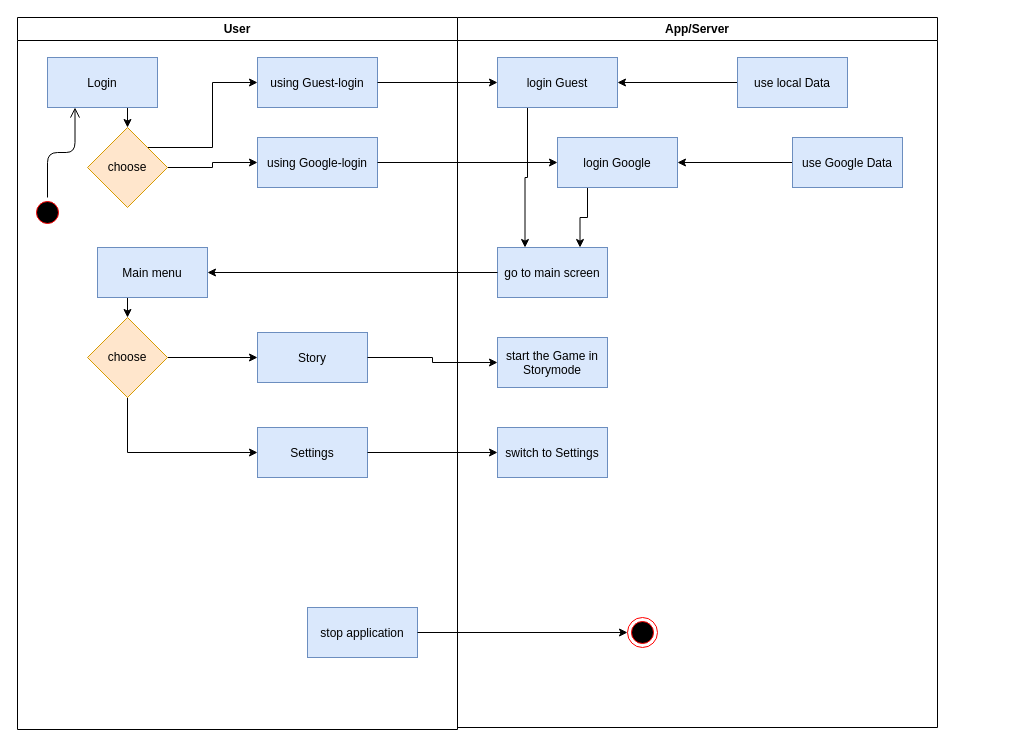
GabrielBalzer/hypercasualgame keeps this draw.io diagram as documentation/Activity_dia_mainmenu.drawio. Above is the earlier version. Source tidied: cells renumbered, new cells numbered last; positions are measured from the earlier drawing's top-left corner, leaving out a move shared by most shapes. Both pictures are drawn from the tidied source at 100%, with x=0, y=0 at pixel (17, 17).
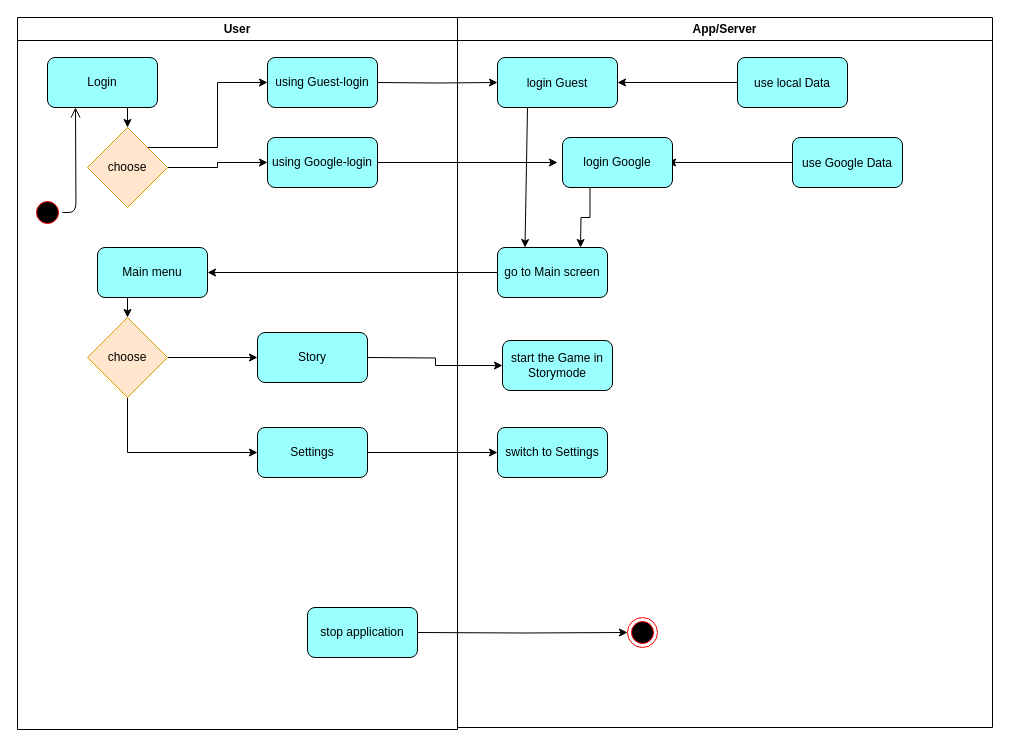
After the change.

Unchanged cells that the change refers to:
```xml
<mxCell id="2" value="User" style="swimlane;whiteSpace=wrap;startSize=23;" parent="1" vertex="1">
  <mxGeometry width="440" height="712" as="geometry" />
</mxCell>
<mxCell id="9" value="choose" style="rhombus;whiteSpace=wrap;html=1;fillColor=#ffe6cc;strokeColor=#d79b00;" parent="2" vertex="1">
  <mxGeometry x="70" y="300" width="80" height="80" as="geometry" />
</mxCell>
<mxCell id="14" value="choose" style="rhombus;whiteSpace=wrap;html=1;fillColor=#ffe6cc;strokeColor=#d79b00;" parent="2" vertex="1">
  <mxGeometry x="70" y="110" width="80" height="80" as="geometry" />
</mxCell>
<mxCell id="17" style="ellipse;html=1;shape=startState;fillColor=#000000;strokeColor=#ff0000;" parent="2" vertex="1">
  <mxGeometry x="15" y="180" width="30" height="30" as="geometry" />
</mxCell>
```

Diff of the diagram source:
```diff
@@
-    <mxCell id="3" style="edgeStyle=orthogonalEdgeStyle;rounded=0;jettySize=auto;html=1;exitX=0.75;exitY=1;exitDx=0;exitDy=0;entryX=0.5;entryY=0;entryDx=0;entryDy=0;" parent="2" edge="1" source="4" target="14">
-      <mxGeometry relative="1" as="geometry" />
+    <mxCell id="3" style="edgeStyle=orthogonalEdgeStyle;rounded=0;jettySize=auto;html=1;exitX=0.75;exitY=1;exitDx=0;exitDy=0;entryX=0.5;entryY=0;entryDx=0;entryDy=0;" parent="2" edge="1" target="14">
+      <mxGeometry relative="1" as="geometry">
+        <mxPoint x="113" y="90" as="sourcePoint" />
+      </mxGeometry>
     </mxCell>
-    <mxCell id="4" value="Login" style="fillColor=#dae8fc;strokeColor=#6c8ebf;" parent="2" vertex="1">
-      <mxGeometry x="30" y="40" width="110" height="50" as="geometry" />
-    </mxCell>
-    <mxCell id="5" value="Settings" style="fillColor=#dae8fc;strokeColor=#6c8ebf;" parent="2" vertex="1">
-      <mxGeometry x="240" y="410" width="110" height="50" as="geometry" />
-    </mxCell>
-    <mxCell id="6" value="Story" style="fillColor=#dae8fc;strokeColor=#6c8ebf;" parent="2" vertex="1">
-      <mxGeometry x="240" y="315" width="110" height="50" as="geometry" />
-    </mxCell>
@@
-    <mxCell id="10" style="edgeStyle=orthogonalEdgeStyle;rounded=0;jettySize=auto;html=1;exitX=0.25;exitY=1;exitDx=0;exitDy=0;entryX=0.5;entryY=0;entryDx=0;entryDy=0;" parent="2" edge="1" source="11" target="9">
-      <mxGeometry relative="1" as="geometry" />
+    <mxCell id="10" style="edgeStyle=orthogonalEdgeStyle;rounded=0;jettySize=auto;html=1;exitX=0.25;exitY=1;exitDx=0;exitDy=0;entryX=0.5;entryY=0;entryDx=0;entryDy=0;" parent="2" edge="1" target="9">
+      <mxGeometry relative="1" as="geometry">
+        <mxPoint x="108" y="280" as="sourcePoint" />
+      </mxGeometry>
     </mxCell>
-    <mxCell id="11" value="Main menu" style="fillColor=#dae8fc;strokeColor=#6c8ebf;" parent="2" vertex="1">
-      <mxGeometry x="80" y="230" width="110" height="50" as="geometry" />
-    </mxCell>
@@
-    <mxCell id="15" value="using Guest-login" style="fillColor=#dae8fc;strokeColor=#6c8ebf;" parent="2" vertex="1">
-      <mxGeometry x="240" y="40" width="120" height="50" as="geometry" />
-    </mxCell>
-    <mxCell id="16" value="using Google-login" style="fillColor=#dae8fc;strokeColor=#6c8ebf;" parent="2" vertex="1">
-      <mxGeometry x="240" y="120" width="120" height="50" as="geometry" />
-    </mxCell>
@@
-    <mxCell id="18" style="edgeStyle=orthogonalEdgeStyle;html=1;verticalAlign=bottom;endArrow=open;endSize=8;strokeColor=#000000;entryX=0.25;entryY=1;entryDx=0;entryDy=0;" parent="2" edge="1" source="17" target="4">
-      <mxGeometry relative="1" as="geometry" />
+    <mxCell id="18" style="edgeStyle=orthogonalEdgeStyle;html=1;verticalAlign=bottom;endArrow=open;endSize=8;strokeColor=#000000;entryX=0.25;entryY=1;entryDx=0;entryDy=0;" parent="2" edge="1" source="17">
+      <mxGeometry relative="1" as="geometry">
+        <mxPoint x="58" y="90" as="targetPoint" />
+      </mxGeometry>
     </mxCell>
+    <mxCell id="4" value="Login" style="rounded=1;whiteSpace=wrap;html=1;fillColor=#99FFFF;" parent="2" vertex="1">
+      <mxGeometry x="30" y="40" width="110" height="50" as="geometry" />
+    </mxCell>
+    <mxCell id="16" value="using Google-login" style="rounded=1;whiteSpace=wrap;html=1;fillColor=#99FFFF;" parent="2" vertex="1">
+      <mxGeometry x="250" y="120" width="110" height="50" as="geometry" />
+    </mxCell>
+    <mxCell id="6" value="&lt;div&gt;Story&lt;/div&gt;" style="rounded=1;whiteSpace=wrap;html=1;fillColor=#99FFFF;" parent="2" vertex="1">
+      <mxGeometry x="240" y="315" width="110" height="50" as="geometry" />
+    </mxCell>
+    <mxCell id="5" value="Settings" style="rounded=1;whiteSpace=wrap;html=1;fillColor=#99FFFF;" parent="2" vertex="1">
+      <mxGeometry x="240" y="410" width="110" height="50" as="geometry" />
+    </mxCell>
+    <mxCell id="15" value="using Guest-login" style="rounded=1;whiteSpace=wrap;html=1;fillColor=#99FFFF;" parent="2" vertex="1">
+      <mxGeometry x="250" y="40" width="110" height="50" as="geometry" />
+    </mxCell>
-    <mxCell id="19" value="stop application" style="fillColor=#dae8fc;strokeColor=#6c8ebf;" parent="2" vertex="1">
+    <mxCell id="19" value="stop application" style="rounded=1;whiteSpace=wrap;html=1;fillColor=#99FFFF;" parent="2" vertex="1">
       <mxGeometry x="290" y="590" width="110" height="50" as="geometry" />
     </mxCell>
+    <mxCell id="11" value="Main menu" style="rounded=1;whiteSpace=wrap;html=1;fillColor=#99FFFF;" parent="2" vertex="1">
+      <mxGeometry x="80" y="230" width="110" height="50" as="geometry" />
+    </mxCell>
     <mxCell id="20" value="App/Server" style="swimlane;whiteSpace=wrap;" parent="1" vertex="1">
-      <mxGeometry x="440" width="480" height="710" as="geometry" />
+      <mxGeometry x="440" width="535" height="710" as="geometry" />
     </mxCell>
-    <mxCell id="21" value="go to main screen" style="fillColor=#dae8fc;strokeColor=#6c8ebf;" parent="20" vertex="1">
-      <mxGeometry x="40" y="230" width="110" height="50" as="geometry" />
-    </mxCell>
-    <mxCell id="22" value="start the Game in &#10;Storymode" style="fillColor=#dae8fc;strokeColor=#6c8ebf;" parent="20" vertex="1">
-      <mxGeometry x="40" y="320" width="110" height="50" as="geometry" />
-    </mxCell>
-    <mxCell id="23" style="edgeStyle=orthogonalEdgeStyle;rounded=0;jettySize=auto;html=1;exitX=0.25;exitY=1;exitDx=0;exitDy=0;entryX=0.25;entryY=0;entryDx=0;entryDy=0;" parent="20" edge="1" source="24" target="21">
-      <mxGeometry relative="1" as="geometry" />
-    </mxCell>
-    <mxCell id="24" value="login Guest" style="fillColor=#dae8fc;strokeColor=#6c8ebf;" parent="20" vertex="1">
+    <mxCell id="24" value="login Guest" style="fillColor=#99FFFF;strokeColor=#000000;rounded=1;" parent="20" vertex="1">
       <mxGeometry x="40" y="40" width="120" height="50" as="geometry" />
     </mxCell>
-    <mxCell id="25" style="edgeStyle=orthogonalEdgeStyle;rounded=0;jettySize=auto;html=1;exitX=0.25;exitY=1;exitDx=0;exitDy=0;entryX=0.75;entryY=0;entryDx=0;entryDy=0;" parent="20" edge="1" source="26" target="21">
-      <mxGeometry relative="1" as="geometry" />
+    <mxCell id="25" style="edgeStyle=orthogonalEdgeStyle;rounded=0;jettySize=auto;html=1;exitX=0.25;exitY=1;exitDx=0;exitDy=0;entryX=0.75;entryY=0;entryDx=0;entryDy=0;" parent="20" edge="1" source="26">
+      <mxGeometry relative="1" as="geometry">
+        <mxPoint x="123" y="230" as="targetPoint" />
+      </mxGeometry>
     </mxCell>
-    <mxCell id="26" value="login Google" style="fillColor=#dae8fc;strokeColor=#6c8ebf;" parent="20" vertex="1">
-      <mxGeometry x="100" y="120" width="120" height="50" as="geometry" />
-    </mxCell>
-    <mxCell id="27" style="edgeStyle=orthogonalEdgeStyle;rounded=0;jettySize=auto;html=1;exitX=0;exitY=0.5;exitDx=0;exitDy=0;entryX=1;entryY=0.5;entryDx=0;entryDy=0;" parent="20" edge="1" source="28" target="26">
+    <mxCell id="27" style="edgeStyle=orthogonalEdgeStyle;rounded=0;jettySize=auto;html=1;exitX=0;exitY=0.5;exitDx=0;exitDy=0;entryX=0.955;entryY=0.5;entryDx=0;entryDy=0;entryPerimeter=0;" parent="20" edge="1" source="28" target="26">
       <mxGeometry relative="1" as="geometry" />
     </mxCell>
-    <mxCell id="28" value="use Google Data" style="fillColor=#dae8fc;strokeColor=#6c8ebf;" parent="20" vertex="1">
+    <mxCell id="28" value="use Google Data" style="fillColor=#99FFFF;strokeColor=#000000;rounded=1;" parent="20" vertex="1">
       <mxGeometry x="335" y="120" width="110" height="50" as="geometry" />
     </mxCell>
@@
-    <mxCell id="30" value="use local Data" style="fillColor=#dae8fc;strokeColor=#6c8ebf;" parent="20" vertex="1">
+    <mxCell id="30" value="use local Data" style="fillColor=#99FFFF;strokeColor=#000000;rounded=1;" parent="20" vertex="1">
       <mxGeometry x="280" y="40" width="110" height="50" as="geometry" />
     </mxCell>
+    <mxCell id="32" style="ellipse;html=1;shape=endState;fillColor=#000000;strokeColor=#ff0000;" parent="20" vertex="1">
+      <mxGeometry x="170" y="600" width="30" height="30" as="geometry" />
+    </mxCell>
-    <mxCell id="31" value="switch to Settings" style="fillColor=#dae8fc;strokeColor=#6c8ebf;" parent="20" vertex="1">
+    <mxCell id="31" value="switch to Settings" style="rounded=1;whiteSpace=wrap;html=1;fillColor=#99FFFF;" parent="20" vertex="1">
       <mxGeometry x="40" y="410" width="110" height="50" as="geometry" />
     </mxCell>
-    <mxCell id="32" style="ellipse;html=1;shape=endState;fillColor=#000000;strokeColor=#ff0000;" parent="20" vertex="1">
-      <mxGeometry x="170" y="600" width="30" height="30" as="geometry" />
-    </mxCell>
+    <mxCell id="22" value="start the Game in Storymode" style="rounded=1;whiteSpace=wrap;html=1;fillColor=#99FFFF;" parent="20" vertex="1">
+      <mxGeometry x="45" y="323" width="110" height="50" as="geometry" />
+    </mxCell>
+    <mxCell id="39" value="go to Main screen" style="rounded=1;whiteSpace=wrap;html=1;fillColor=#99FFFF;" parent="20" vertex="1">
+      <mxGeometry x="40" y="230" width="110" height="50" as="geometry" />
+    </mxCell>
+    <mxCell id="26" value="login Google" style="rounded=1;whiteSpace=wrap;html=1;fillColor=#99FFFF;" parent="20" vertex="1">
+      <mxGeometry x="105" y="120" width="110" height="50" as="geometry" />
+    </mxCell>
+    <mxCell id="40" style="endArrow=classic;html=1;exitX=0.25;exitY=1;exitDx=0;exitDy=0;entryX=0.25;entryY=0;entryDx=0;entryDy=0;" parent="20" edge="1" source="24" target="39">
+      <mxGeometry relative="1" as="geometry" />
+    </mxCell>
-    <mxCell id="33" style="edgeStyle=orthogonalEdgeStyle;rounded=0;jettySize=auto;html=1;exitX=1;exitY=0.5;exitDx=0;exitDy=0;entryX=0;entryY=0.5;entryDx=0;entryDy=0;" parent="1" edge="1" source="15" target="24">
-      <mxGeometry relative="1" as="geometry" />
+    <mxCell id="33" style="edgeStyle=orthogonalEdgeStyle;rounded=0;jettySize=auto;html=1;exitX=1;exitY=0.5;exitDx=0;exitDy=0;entryX=0;entryY=0.5;entryDx=0;entryDy=0;" parent="1" edge="1" target="24">
+      <mxGeometry relative="1" as="geometry">
+        <mxPoint x="360" y="65" as="sourcePoint" />
+      </mxGeometry>
     </mxCell>
-    <mxCell id="34" style="edgeStyle=orthogonalEdgeStyle;rounded=0;jettySize=auto;html=1;exitX=1;exitY=0.5;exitDx=0;exitDy=0;entryX=0;entryY=0.5;entryDx=0;entryDy=0;" parent="1" edge="1" source="16" target="26">
-      <mxGeometry relative="1" as="geometry" />
+    <mxCell id="34" style="edgeStyle=orthogonalEdgeStyle;rounded=0;orthogonalLoop=1;jettySize=auto;html=1;exitX=1;exitY=0.5;exitDx=0;exitDy=0;entryX=0;entryY=0.5;entryDx=0;entryDy=0;" parent="1" edge="1">
+      <mxGeometry relative="1" as="geometry">
+        <mxPoint x="360" y="145" as="sourcePoint" />
+        <mxPoint x="540" y="145" as="targetPoint" />
+      </mxGeometry>
     </mxCell>
-    <mxCell id="35" style="edgeStyle=orthogonalEdgeStyle;rounded=0;jettySize=auto;html=1;exitX=0;exitY=0.5;exitDx=0;exitDy=0;entryX=1;entryY=0.5;entryDx=0;entryDy=0;" parent="1" edge="1" source="21" target="11">
-      <mxGeometry relative="1" as="geometry" />
+    <mxCell id="35" style="edgeStyle=orthogonalEdgeStyle;rounded=0;orthogonalLoop=1;jettySize=auto;html=1;exitX=0;exitY=0.5;exitDx=0;exitDy=0;entryX=1;entryY=0.5;entryDx=0;entryDy=0;" parent="1" edge="1">
+      <mxGeometry relative="1" as="geometry">
+        <mxPoint x="480" y="255" as="sourcePoint" />
+        <mxPoint x="190" y="255" as="targetPoint" />
+      </mxGeometry>
     </mxCell>
-    <mxCell id="36" style="edgeStyle=orthogonalEdgeStyle;rounded=0;jettySize=auto;html=1;exitX=1;exitY=0.5;exitDx=0;exitDy=0;entryX=0;entryY=0.5;entryDx=0;entryDy=0;" parent="1" edge="1" source="6" target="22">
-      <mxGeometry relative="1" as="geometry" />
+    <mxCell id="36" style="edgeStyle=orthogonalEdgeStyle;rounded=0;jettySize=auto;html=1;exitX=1;exitY=0.5;exitDx=0;exitDy=0;entryX=0;entryY=0.5;entryDx=0;entryDy=0;" parent="1" edge="1" target="22">
+      <mxGeometry relative="1" as="geometry">
+        <mxPoint x="350" y="340" as="sourcePoint" />
+      </mxGeometry>
     </mxCell>
-    <mxCell id="37" style="edgeStyle=orthogonalEdgeStyle;rounded=0;jettySize=auto;html=1;exitX=1;exitY=0.5;exitDx=0;exitDy=0;entryX=0;entryY=0.5;entryDx=0;entryDy=0;" parent="1" edge="1" source="5" target="31">
-      <mxGeometry relative="1" as="geometry" />
+    <mxCell id="37" style="edgeStyle=orthogonalEdgeStyle;rounded=0;orthogonalLoop=1;jettySize=auto;html=1;exitX=1;exitY=0.5;exitDx=0;exitDy=0;entryX=0;entryY=0.5;entryDx=0;entryDy=0;" parent="1" edge="1">
+      <mxGeometry relative="1" as="geometry">
+        <mxPoint x="350" y="435" as="sourcePoint" />
+        <mxPoint x="480" y="435" as="targetPoint" />
+      </mxGeometry>
     </mxCell>
-    <mxCell id="38" style="edgeStyle=orthogonalEdgeStyle;rounded=0;jettySize=auto;html=1;exitX=1;exitY=0.5;exitDx=0;exitDy=0;entryX=0;entryY=0.5;entryDx=0;entryDy=0;strokeColor=#000000;" parent="1" edge="1" source="19" target="32">
-      <mxGeometry relative="1" as="geometry" />
+    <mxCell id="38" style="edgeStyle=orthogonalEdgeStyle;rounded=0;jettySize=auto;html=1;exitX=1;exitY=0.5;exitDx=0;exitDy=0;entryX=0;entryY=0.5;entryDx=0;entryDy=0;strokeColor=#000000;" parent="1" edge="1" target="32">
+      <mxGeometry relative="1" as="geometry">
+        <mxPoint x="400" y="615" as="sourcePoint" />
+      </mxGeometry>
     </mxCell>
```
